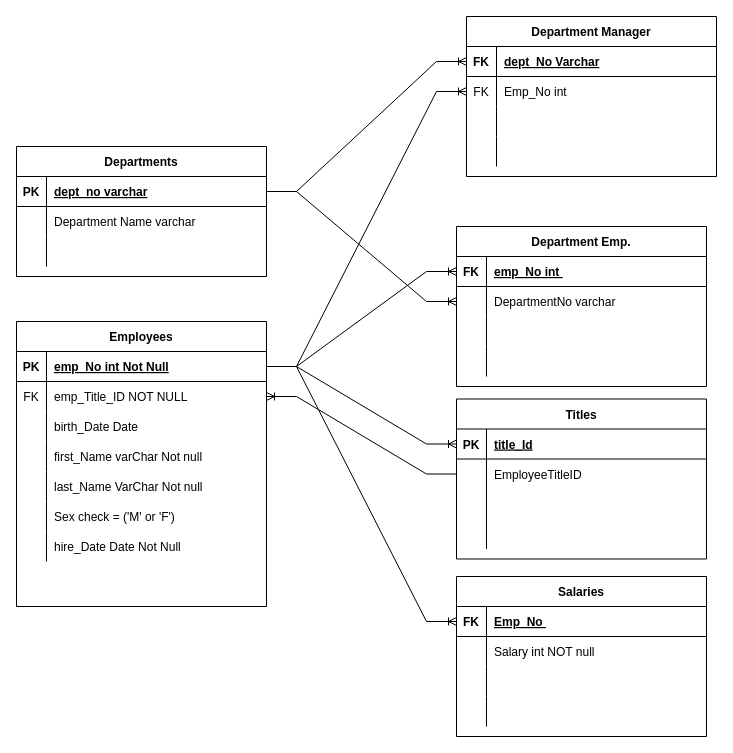
Before: output/employeesmockup.drawio in Quinn-johndavid/sql-employeeDB-restoration, a draw.io diagram. Source tidied: cells renumbered, new cells numbered last; positions are measured from the earlier drawing's top-left corner, leaving out a move shared by most shapes. Both pictures are drawn from the tidied source at 100%, with x=0, y=0 at pixel (16, 16).
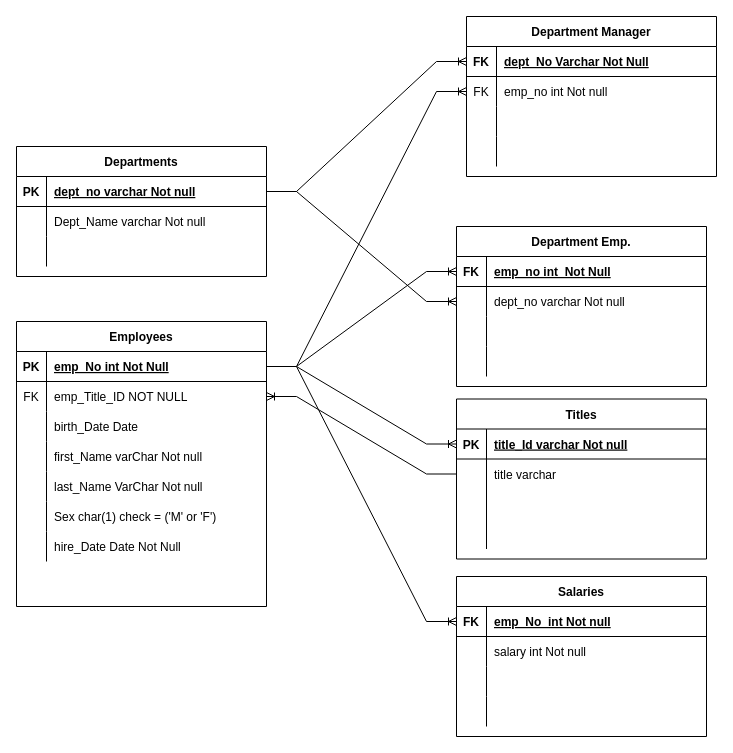
The same page after the edit.

The change refers to these unchanged cells:
```xml
<mxCell id="3" style="shape=partialRectangle;fillColor=none;points=[[0,0.5],[1,0.5]];portConstraint=eastwest;top=0;left=0;right=0;bottom=1;" parent="2" vertex="1">
  <mxGeometry y="30" width="250" height="30" as="geometry" />
</mxCell>
<mxCell id="6" style="shape=partialRectangle;fillColor=none;top=0;left=0;right=0;bottom=0;" parent="2" vertex="1">
  <mxGeometry y="60" width="250" height="30" as="geometry" />
</mxCell>
<mxCell id="16" style="shape=partialRectangle;fillColor=none;points=[[0,0.5],[1,0.5]];portConstraint=eastwest;top=0;left=0;right=0;bottom=1;" parent="15" vertex="1">
  <mxGeometry y="30" width="250" height="30" as="geometry" />
</mxCell>
<mxCell id="19" style="shape=partialRectangle;fillColor=none;top=0;left=0;right=0;bottom=0;" parent="15" vertex="1">
  <mxGeometry y="60" width="250" height="30" as="geometry" />
</mxCell>
<mxCell id="41" style="shape=partialRectangle;fillColor=none;top=0;left=0;right=0;bottom=0;" parent="25" vertex="1">
  <mxGeometry y="180" width="250" height="30" as="geometry" />
</mxCell>
<mxCell id="48" style="shape=partialRectangle;fillColor=none;points=[[0,0.5],[1,0.5]];portConstraint=eastwest;top=0;left=0;right=0;bottom=1;" parent="47" vertex="1">
  <mxGeometry y="30" width="250" height="30" as="geometry" />
</mxCell>
<mxCell id="51" style="shape=partialRectangle;fillColor=none;points=[[0,0.5],[1,0.5]];portConstraint=eastwest;top=0;left=0;right=0;bottom=0;" parent="47" vertex="1">
  <mxGeometry y="60" width="250" height="30" as="geometry" />
</mxCell>
<mxCell id="61" style="shape=partialRectangle;fillColor=none;points=[[0,0.5],[1,0.5]];portConstraint=eastwest;top=0;left=0;right=0;bottom=1;" parent="60" vertex="1">
  <mxGeometry y="30" width="250" height="30" as="geometry" />
</mxCell>
<mxCell id="64" style="shape=partialRectangle;fillColor=none;points=[[0,0.5],[1,0.5]];portConstraint=eastwest;top=0;left=0;right=0;bottom=0;" parent="60" vertex="1">
  <mxGeometry y="60" width="250" height="30" as="geometry" />
</mxCell>
<mxCell id="74" style="shape=partialRectangle;fillColor=none;points=[[0,0.5],[1,0.5]];portConstraint=eastwest;top=0;left=0;right=0;bottom=1;" parent="73" vertex="1">
  <mxGeometry y="30" width="250" height="30" as="geometry" />
</mxCell>
<mxCell id="77" style="shape=partialRectangle;fillColor=none;points=[[0,0.5],[1,0.5]];portConstraint=eastwest;top=0;left=0;right=0;bottom=0;" parent="73" vertex="1">
  <mxGeometry y="60" width="250" height="30" as="geometry" />
</mxCell>
```

Diff of the diagram source:
```diff
@@
-    <mxCell id="5" value="Emp_No " style="shape=partialRectangle;overflow=hidden;fillColor=none;top=0;left=0;bottom=0;right=0;align=left;spacingLeft=6;fontStyle=5;" parent="3" vertex="1">
+    <mxCell id="5" value="emp_No  int Not null" style="shape=partialRectangle;overflow=hidden;fillColor=none;top=0;left=0;bottom=0;right=0;align=left;spacingLeft=6;fontStyle=5;" parent="3" vertex="1">
       <mxGeometry x="30" width="220" height="30" as="geometry" />
     </mxCell>
@@
-    <mxCell id="8" value="Salary int NOT null" style="shape=partialRectangle;overflow=hidden;fillColor=none;top=0;left=0;bottom=0;right=0;align=left;spacingLeft=6;" parent="6" vertex="1">
+    <mxCell id="8" value="salary int Not null" style="shape=partialRectangle;overflow=hidden;fillColor=none;top=0;left=0;bottom=0;right=0;align=left;spacingLeft=6;" parent="6" vertex="1">
       <mxGeometry x="30" width="220" height="30" as="geometry" />
     </mxCell>
@@
-    <mxCell id="18" value="dept_no varchar" style="shape=partialRectangle;overflow=hidden;fillColor=none;top=0;left=0;bottom=0;right=0;align=left;spacingLeft=6;fontStyle=5;" parent="16" vertex="1">
+    <mxCell id="18" value="dept_no varchar Not null" style="shape=partialRectangle;overflow=hidden;fillColor=none;top=0;left=0;bottom=0;right=0;align=left;spacingLeft=6;fontStyle=5;" parent="16" vertex="1">
       <mxGeometry x="30" width="220" height="30" as="geometry" />
     </mxCell>
@@
-    <mxCell id="21" value="Department Name varchar" style="shape=partialRectangle;overflow=hidden;fillColor=none;top=0;left=0;bottom=0;right=0;align=left;spacingLeft=6;" parent="19" vertex="1">
+    <mxCell id="21" value="Dept_Name varchar Not null" style="shape=partialRectangle;overflow=hidden;fillColor=none;top=0;left=0;bottom=0;right=0;align=left;spacingLeft=6;" parent="19" vertex="1">
       <mxGeometry x="30" width="220" height="30" as="geometry" />
     </mxCell>
@@
-    <mxCell id="43" value="Sex check = ('M' or 'F')" style="shape=partialRectangle;overflow=hidden;fillColor=none;top=0;left=0;bottom=0;right=0;align=left;spacingLeft=6;" parent="41" vertex="1">
+    <mxCell id="43" value="Sex char(1) check = ('M' or 'F')" style="shape=partialRectangle;overflow=hidden;fillColor=none;top=0;left=0;bottom=0;right=0;align=left;spacingLeft=6;" parent="41" vertex="1">
       <mxGeometry x="30" width="220" height="30" as="geometry" />
     </mxCell>
@@
-    <mxCell id="50" value="dept_No Varchar" style="shape=partialRectangle;overflow=hidden;fillColor=none;top=0;left=0;bottom=0;right=0;align=left;spacingLeft=6;fontStyle=5;" parent="48" vertex="1">
+    <mxCell id="50" value="dept_No Varchar Not Null" style="shape=partialRectangle;overflow=hidden;fillColor=none;top=0;left=0;bottom=0;right=0;align=left;spacingLeft=6;fontStyle=5;" parent="48" vertex="1">
       <mxGeometry x="30" width="220" height="30" as="geometry" />
     </mxCell>
@@
-    <mxCell id="53" value="Emp_No int" style="shape=partialRectangle;overflow=hidden;fillColor=none;top=0;left=0;bottom=0;right=0;align=left;spacingLeft=6;" parent="51" vertex="1">
+    <mxCell id="53" value="emp_no int Not null" style="shape=partialRectangle;overflow=hidden;fillColor=none;top=0;left=0;bottom=0;right=0;align=left;spacingLeft=6;" parent="51" vertex="1">
       <mxGeometry x="30" width="220" height="30" as="geometry" />
     </mxCell>
@@
-    <mxCell id="63" value="title_Id" style="shape=partialRectangle;overflow=hidden;fillColor=none;top=0;left=0;bottom=0;right=0;align=left;spacingLeft=6;fontStyle=5;" parent="61" vertex="1">
+    <mxCell id="63" value="title_Id varchar Not null" style="shape=partialRectangle;overflow=hidden;fillColor=none;top=0;left=0;bottom=0;right=0;align=left;spacingLeft=6;fontStyle=5;" parent="61" vertex="1">
       <mxGeometry x="30" width="220" height="30" as="geometry" />
     </mxCell>
@@
-    <mxCell id="66" value="EmployeeTitleID" style="shape=partialRectangle;overflow=hidden;fillColor=none;top=0;left=0;bottom=0;right=0;align=left;spacingLeft=6;" parent="64" vertex="1">
+    <mxCell id="66" value="title varchar " style="shape=partialRectangle;overflow=hidden;fillColor=none;top=0;left=0;bottom=0;right=0;align=left;spacingLeft=6;" parent="64" vertex="1">
       <mxGeometry x="30" width="220" height="30" as="geometry" />
     </mxCell>
@@
-    <mxCell id="76" value="emp_No int " style="shape=partialRectangle;overflow=hidden;fillColor=none;top=0;left=0;bottom=0;right=0;align=left;spacingLeft=6;fontStyle=5;" parent="74" vertex="1">
+    <mxCell id="76" value="emp_no int  Not Null" style="shape=partialRectangle;overflow=hidden;fillColor=none;top=0;left=0;bottom=0;right=0;align=left;spacingLeft=6;fontStyle=5;" parent="74" vertex="1">
       <mxGeometry x="30" width="220" height="30" as="geometry" />
     </mxCell>
@@
-    <mxCell id="79" value="DepartmentNo varchar" style="shape=partialRectangle;overflow=hidden;fillColor=none;top=0;left=0;bottom=0;right=0;align=left;spacingLeft=6;" parent="77" vertex="1">
+    <mxCell id="79" value="dept_no varchar Not null" style="shape=partialRectangle;overflow=hidden;fillColor=none;top=0;left=0;bottom=0;right=0;align=left;spacingLeft=6;" parent="77" vertex="1">
       <mxGeometry x="30" width="220" height="30" as="geometry" />
     </mxCell>
```
